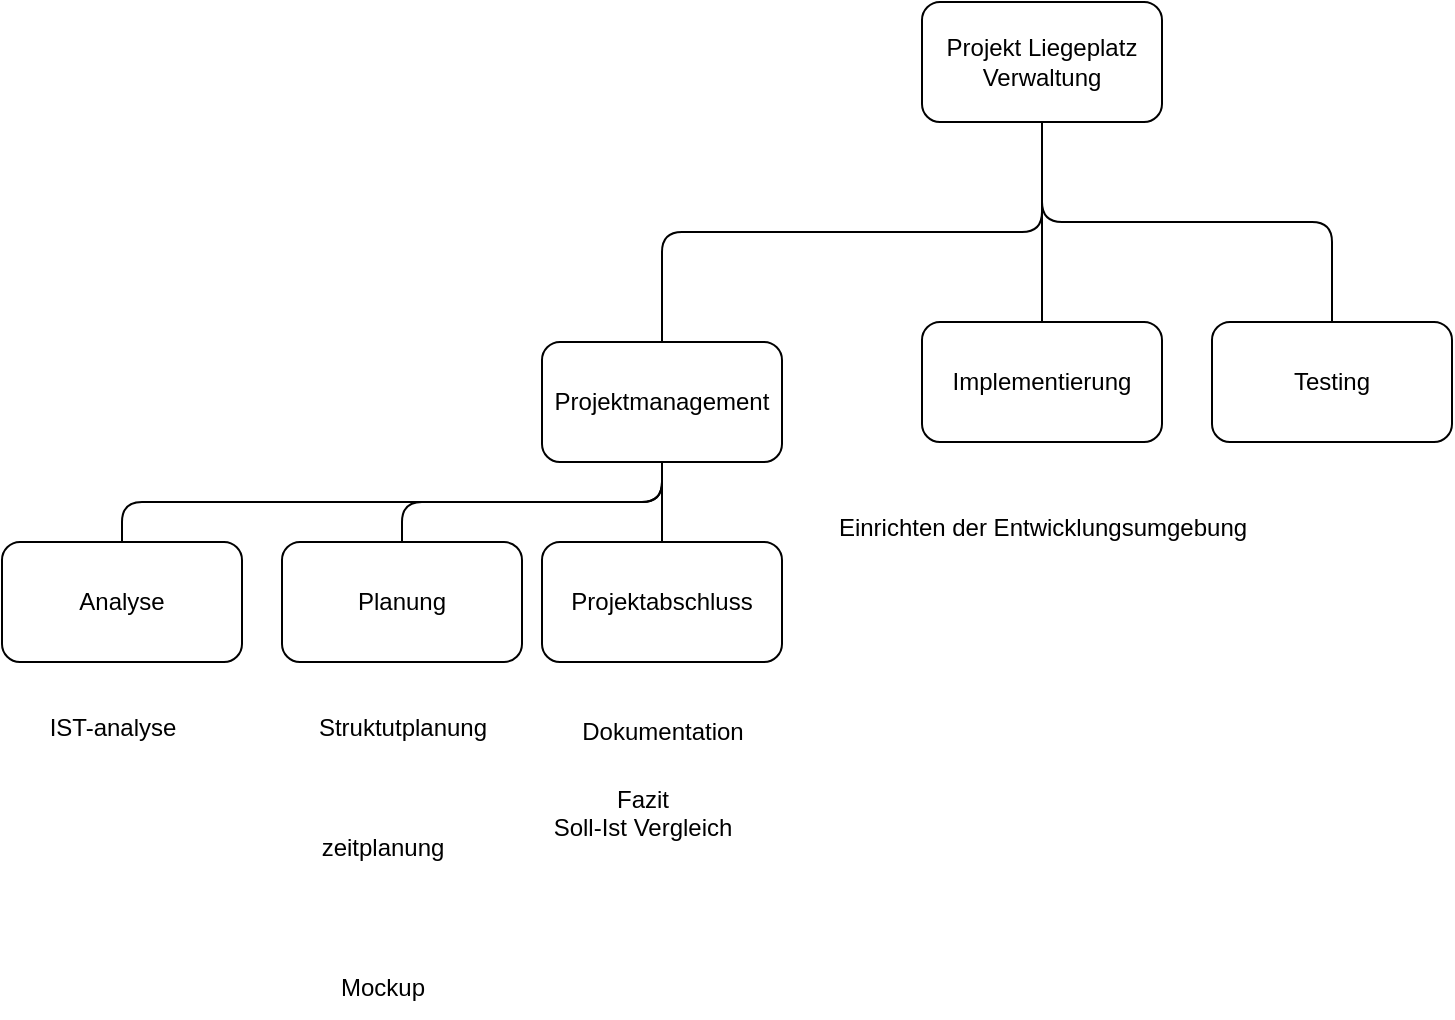
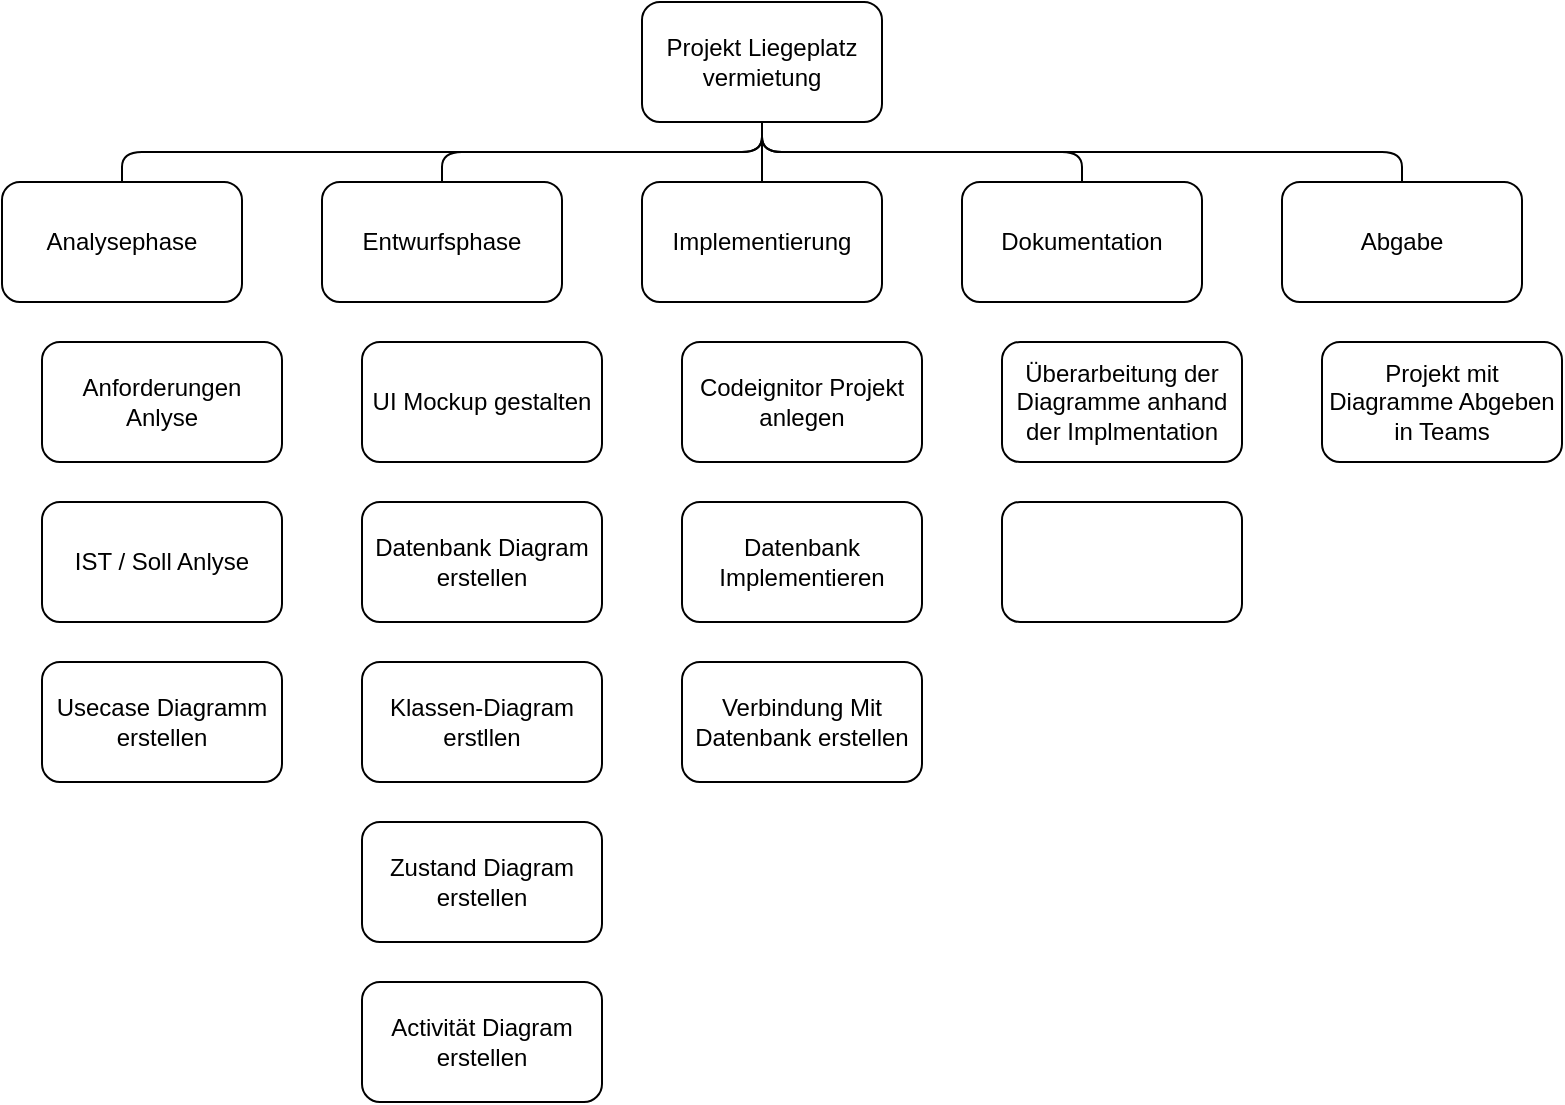
<mxfile host="65bd71144e">
    <diagram id="jiEtspQNV7py_8kcr421" name="Page-1">
-         <mxGraphModel dx="1655" dy="974" grid="1" gridSize="10" guides="1" tooltips="1" connect="1" arrows="1" fold="1" page="1" pageScale="1" pageWidth="850" pageHeight="1100" math="0" shadow="0">
+         <mxGraphModel dx="956" dy="1157" grid="1" gridSize="10" guides="1" tooltips="1" connect="1" arrows="1" fold="1" page="1" pageScale="1" pageWidth="850" pageHeight="1100" math="0" shadow="0">
            <root>
                <mxCell id="0"/>
                <mxCell id="1" parent="0"/>
-                 <mxCell id="4" value="Projekt Liegeplatz Verwaltung" style="rounded=1;whiteSpace=wrap;html=1;" vertex="1" parent="1">
-                     <mxGeometry x="280" y="370" width="120" height="60" as="geometry"/>
+                 <mxCell id="33" value="Projekt Liegeplatz vermietung" style="rounded=1;whiteSpace=wrap;html=1;" vertex="1" parent="1">
+                     <mxGeometry x="360" y="240" width="120" height="60" as="geometry"/>
                </mxCell>
-                 <mxCell id="5" value="Analyse" style="rounded=1;whiteSpace=wrap;html=1;" vertex="1" parent="1">
-                     <mxGeometry x="-180" y="640" width="120" height="60" as="geometry"/>
+                 <mxCell id="34" value="Implementierung" style="rounded=1;whiteSpace=wrap;html=1;" vertex="1" parent="1">
+                     <mxGeometry x="360" y="330" width="120" height="60" as="geometry"/>
                </mxCell>
-                 <mxCell id="7" value="" style="endArrow=none;html=1;edgeStyle=orthogonalEdgeStyle;exitX=0.5;exitY=0;exitDx=0;exitDy=0;entryX=0.5;entryY=1;entryDx=0;entryDy=0;" edge="1" parent="1" source="5" target="17">
+                 <mxCell id="35" value="Abgabe" style="rounded=1;whiteSpace=wrap;html=1;" vertex="1" parent="1">
+                     <mxGeometry x="680" y="330" width="120" height="60" as="geometry"/>
+                 </mxCell>
+                 <mxCell id="36" value="Dokumentation" style="rounded=1;whiteSpace=wrap;html=1;" vertex="1" parent="1">
+                     <mxGeometry x="520" y="330" width="120" height="60" as="geometry"/>
+                 </mxCell>
+                 <mxCell id="37" value="Entwurfsphase" style="rounded=1;whiteSpace=wrap;html=1;" vertex="1" parent="1">
+                     <mxGeometry x="200" y="330" width="120" height="60" as="geometry"/>
+                 </mxCell>
+                 <mxCell id="38" value="Analysephase" style="rounded=1;whiteSpace=wrap;html=1;" vertex="1" parent="1">
+                     <mxGeometry x="40" y="330" width="120" height="60" as="geometry"/>
+                 </mxCell>
+                 <mxCell id="39" value="" style="endArrow=none;html=1;entryX=0.5;entryY=1;entryDx=0;entryDy=0;exitX=0.5;exitY=0;exitDx=0;exitDy=0;" edge="1" parent="1" source="34" target="33">
                    <mxGeometry width="50" height="50" relative="1" as="geometry">
-                         <mxPoint x="470" y="590" as="sourcePoint"/>
-                         <mxPoint x="520" y="540" as="targetPoint"/>
+                         <mxPoint x="310" y="360" as="sourcePoint"/>
+                         <mxPoint x="360" y="310" as="targetPoint"/>
                    </mxGeometry>
                </mxCell>
-                 <mxCell id="8" value="Planung" style="rounded=1;whiteSpace=wrap;html=1;" vertex="1" parent="1">
-                     <mxGeometry x="-40" y="640" width="120" height="60" as="geometry"/>
-                 </mxCell>
-                 <mxCell id="9" value="" style="endArrow=none;html=1;edgeStyle=orthogonalEdgeStyle;exitX=0.5;exitY=0;exitDx=0;exitDy=0;entryX=0.5;entryY=1;entryDx=0;entryDy=0;" edge="1" parent="1" source="8" target="17">
+                 <mxCell id="40" value="" style="endArrow=none;html=1;exitX=0.5;exitY=0;exitDx=0;exitDy=0;entryX=0.5;entryY=1;entryDx=0;entryDy=0;edgeStyle=orthogonalEdgeStyle;" edge="1" parent="1" source="37" target="33">
                    <mxGeometry width="50" height="50" relative="1" as="geometry">
-                         <mxPoint x="450" y="660" as="sourcePoint"/>
-                         <mxPoint x="630" y="485" as="targetPoint"/>
+                         <mxPoint x="310" y="360" as="sourcePoint"/>
+                         <mxPoint x="360" y="310" as="targetPoint"/>
                    </mxGeometry>
                </mxCell>
-                 <mxCell id="10" value="Implementierung" style="rounded=1;whiteSpace=wrap;html=1;" vertex="1" parent="1">
-                     <mxGeometry x="280" y="530" width="120" height="60" as="geometry"/>
-                 </mxCell>
-                 <mxCell id="13" value="" style="endArrow=none;html=1;edgeStyle=orthogonalEdgeStyle;exitX=0.5;exitY=0;exitDx=0;exitDy=0;entryX=0.5;entryY=1;entryDx=0;entryDy=0;" edge="1" parent="1" source="10" target="4">
+                 <mxCell id="41" value="" style="endArrow=none;html=1;exitX=0.5;exitY=0;exitDx=0;exitDy=0;entryX=0.5;entryY=1;entryDx=0;entryDy=0;edgeStyle=orthogonalEdgeStyle;" edge="1" parent="1" source="38" target="33">
                    <mxGeometry width="50" height="50" relative="1" as="geometry">
-                         <mxPoint x="290" y="550" as="sourcePoint"/>
-                         <mxPoint x="350" y="440" as="targetPoint"/>
+                         <mxPoint x="149.5" y="299.5" as="sourcePoint"/>
+                         <mxPoint x="309.5" y="269.5" as="targetPoint"/>
                    </mxGeometry>
                </mxCell>
-                 <mxCell id="14" value="Projektabschluss" style="rounded=1;whiteSpace=wrap;html=1;" vertex="1" parent="1">
-                     <mxGeometry x="90" y="640" width="120" height="60" as="geometry"/>
-                 </mxCell>
-                 <mxCell id="15" value="" style="endArrow=none;html=1;edgeStyle=orthogonalEdgeStyle;exitX=0.5;exitY=0;exitDx=0;exitDy=0;entryX=0.5;entryY=1;entryDx=0;entryDy=0;" edge="1" parent="1" source="14" target="17">
+                 <mxCell id="42" value="" style="endArrow=none;html=1;exitX=0.5;exitY=1;exitDx=0;exitDy=0;entryX=0.5;entryY=0;entryDx=0;entryDy=0;edgeStyle=orthogonalEdgeStyle;" edge="1" parent="1" source="33" target="35">
                    <mxGeometry width="50" height="50" relative="1" as="geometry">
-                         <mxPoint x="430" y="550" as="sourcePoint"/>
-                         <mxPoint x="470" y="420" as="targetPoint"/>
+                         <mxPoint x="369.5" y="320" as="sourcePoint"/>
+                         <mxPoint x="689.5" y="290" as="targetPoint"/>
                    </mxGeometry>
                </mxCell>
-                 <mxCell id="16" value="IST-analyse&lt;div&gt;&lt;br&gt;&lt;/div&gt;" style="text;html=1;align=center;verticalAlign=middle;resizable=0;points=[];autosize=1;strokeColor=none;fillColor=none;" vertex="1" parent="1">
-                     <mxGeometry x="-170" y="720" width="90" height="40" as="geometry"/>
-                 </mxCell>
-                 <mxCell id="17" value="Projektmanagement" style="rounded=1;whiteSpace=wrap;html=1;" vertex="1" parent="1">
-                     <mxGeometry x="90" y="540" width="120" height="60" as="geometry"/>
-                 </mxCell>
-                 <mxCell id="18" value="" style="endArrow=none;html=1;edgeStyle=orthogonalEdgeStyle;exitX=0.5;exitY=0;exitDx=0;exitDy=0;entryX=0.5;entryY=1;entryDx=0;entryDy=0;" edge="1" parent="1" source="17" target="4">
+                 <mxCell id="44" value="" style="endArrow=none;html=1;exitX=0.5;exitY=1;exitDx=0;exitDy=0;entryX=0.5;entryY=0;entryDx=0;entryDy=0;edgeStyle=orthogonalEdgeStyle;" edge="1" parent="1" source="33" target="36">
                    <mxGeometry width="50" height="50" relative="1" as="geometry">
-                         <mxPoint x="190" y="590" as="sourcePoint"/>
-                         <mxPoint x="380" y="430" as="targetPoint"/>
+                         <mxPoint x="570" y="360" as="sourcePoint"/>
+                         <mxPoint x="620" y="310" as="targetPoint"/>
                    </mxGeometry>
                </mxCell>
-                 <mxCell id="19" value="Dokumentation" style="text;html=1;align=center;verticalAlign=middle;resizable=0;points=[];autosize=1;strokeColor=none;fillColor=none;" vertex="1" parent="1">
-                     <mxGeometry x="100" y="720" width="100" height="30" as="geometry"/>
+                 <mxCell id="46" value="Anforderungen Anlyse" style="rounded=1;whiteSpace=wrap;html=1;" vertex="1" parent="1">
+                     <mxGeometry x="60" y="410" width="120" height="60" as="geometry"/>
                </mxCell>
-                 <mxCell id="20" value="Struktutplanung" style="text;html=1;align=center;verticalAlign=middle;resizable=0;points=[];autosize=1;strokeColor=none;fillColor=none;" vertex="1" parent="1">
-                     <mxGeometry x="-35" y="718" width="110" height="30" as="geometry"/>
+                 <mxCell id="48" value="UI Mockup gestalten" style="rounded=1;whiteSpace=wrap;html=1;" vertex="1" parent="1">
+                     <mxGeometry x="220" y="410" width="120" height="60" as="geometry"/>
                </mxCell>
-                 <mxCell id="21" value="zeitplanung" style="text;html=1;align=center;verticalAlign=middle;resizable=0;points=[];autosize=1;strokeColor=none;fillColor=none;" vertex="1" parent="1">
-                     <mxGeometry x="-30" y="778" width="80" height="30" as="geometry"/>
+                 <mxCell id="49" value="Codeignitor Projekt anlegen" style="rounded=1;whiteSpace=wrap;html=1;" vertex="1" parent="1">
+                     <mxGeometry x="380" y="410" width="120" height="60" as="geometry"/>
                </mxCell>
-                 <mxCell id="24" value="Testing" style="rounded=1;whiteSpace=wrap;html=1;" vertex="1" parent="1">
-                     <mxGeometry x="425" y="530" width="120" height="60" as="geometry"/>
+                 <mxCell id="50" value="Überarbeitung der Diagramme anhand der Implmentation" style="rounded=1;whiteSpace=wrap;html=1;" vertex="1" parent="1">
+                     <mxGeometry x="540" y="410" width="120" height="60" as="geometry"/>
                </mxCell>
-                 <mxCell id="25" value="" style="endArrow=none;html=1;edgeStyle=orthogonalEdgeStyle;exitX=0.5;exitY=0;exitDx=0;exitDy=0;entryX=0.5;entryY=1;entryDx=0;entryDy=0;" edge="1" parent="1" source="24" target="4">
-                     <mxGeometry width="50" height="50" relative="1" as="geometry">
-                         <mxPoint x="435" y="550" as="sourcePoint"/>
-                         <mxPoint x="485" y="430" as="targetPoint"/>
-                     </mxGeometry>
+                 <mxCell id="51" value="Projekt mit Diagramme Abgeben in Teams" style="rounded=1;whiteSpace=wrap;html=1;" vertex="1" parent="1">
+                     <mxGeometry x="700" y="410" width="120" height="60" as="geometry"/>
                </mxCell>
-                 <mxCell id="26" value="Mockup" style="text;html=1;align=center;verticalAlign=middle;resizable=0;points=[];autosize=1;strokeColor=none;fillColor=none;" vertex="1" parent="1">
-                     <mxGeometry x="-25" y="848" width="70" height="30" as="geometry"/>
+                 <mxCell id="52" value="IST / Soll Anlyse" style="rounded=1;whiteSpace=wrap;html=1;" vertex="1" parent="1">
+                     <mxGeometry x="60" y="490" width="120" height="60" as="geometry"/>
                </mxCell>
-                 <mxCell id="27" value="Einrichten der Entwicklungsumgebung" style="text;html=1;align=center;verticalAlign=middle;resizable=0;points=[];autosize=1;strokeColor=none;fillColor=none;" vertex="1" parent="1">
-                     <mxGeometry x="225" y="618" width="230" height="30" as="geometry"/>
+                 <mxCell id="53" value="Datenbank Diagram&lt;br&gt;erstellen" style="rounded=1;whiteSpace=wrap;html=1;" vertex="1" parent="1">
+                     <mxGeometry x="220" y="490" width="120" height="60" as="geometry"/>
                </mxCell>
-                 <mxCell id="28" value="Fazit&lt;div&gt;Soll-Ist Vergleich&lt;/div&gt;&lt;div&gt;&lt;br&gt;&lt;/div&gt;" style="text;html=1;align=center;verticalAlign=middle;resizable=0;points=[];autosize=1;strokeColor=none;fillColor=none;" vertex="1" parent="1">
-                     <mxGeometry x="85" y="753" width="110" height="60" as="geometry"/>
+                 <mxCell id="54" value="Klassen-Diagram erstllen" style="rounded=1;whiteSpace=wrap;html=1;" vertex="1" parent="1">
+                     <mxGeometry x="220" y="570" width="120" height="60" as="geometry"/>
+                 </mxCell>
+                 <mxCell id="55" value="Zustand Diagram erstellen" style="rounded=1;whiteSpace=wrap;html=1;" vertex="1" parent="1">
+                     <mxGeometry x="220" y="650" width="120" height="60" as="geometry"/>
+                 </mxCell>
+                 <mxCell id="56" value="Activität Diagram erstellen" style="rounded=1;whiteSpace=wrap;html=1;" vertex="1" parent="1">
+                     <mxGeometry x="220" y="730" width="120" height="60" as="geometry"/>
+                 </mxCell>
+                 <mxCell id="57" value="Usecase Diagramm erstellen" style="rounded=1;whiteSpace=wrap;html=1;" vertex="1" parent="1">
+                     <mxGeometry x="60" y="570" width="120" height="60" as="geometry"/>
+                 </mxCell>
+                 <mxCell id="59" value="Datenbank Implementieren" style="rounded=1;whiteSpace=wrap;html=1;" vertex="1" parent="1">
+                     <mxGeometry x="380" y="490" width="120" height="60" as="geometry"/>
+                 </mxCell>
+                 <mxCell id="60" value="Verbindung Mit Datenbank erstellen" style="rounded=1;whiteSpace=wrap;html=1;" vertex="1" parent="1">
+                     <mxGeometry x="380" y="570" width="120" height="60" as="geometry"/>
+                 </mxCell>
+                 <mxCell id="61" value="" style="rounded=1;whiteSpace=wrap;html=1;" vertex="1" parent="1">
+                     <mxGeometry x="540" y="490" width="120" height="60" as="geometry"/>
                </mxCell>
            </root>
        </mxGraphModel>
    </diagram>
</mxfile>